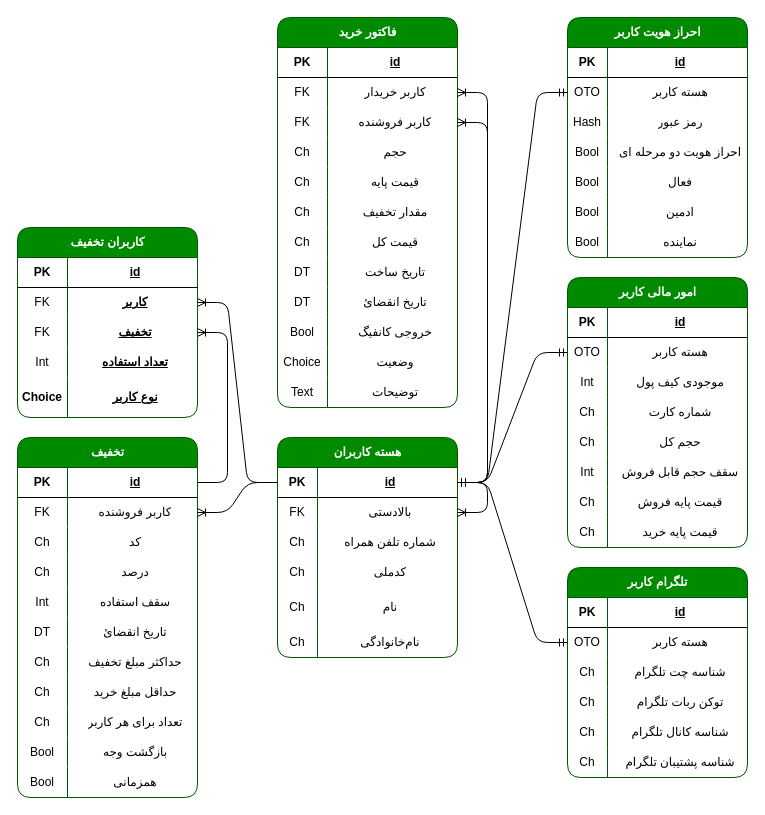
Before: DBMap.drawio in rasraz/representative_panel, a draw.io diagram. Source tidied: cells renumbered, new cells numbered last; positions are measured from the earlier drawing's top-left corner, leaving out a move shared by most shapes. Both pictures are drawn from the tidied source at 100%, with x=0, y=0 at pixel (17, 17).
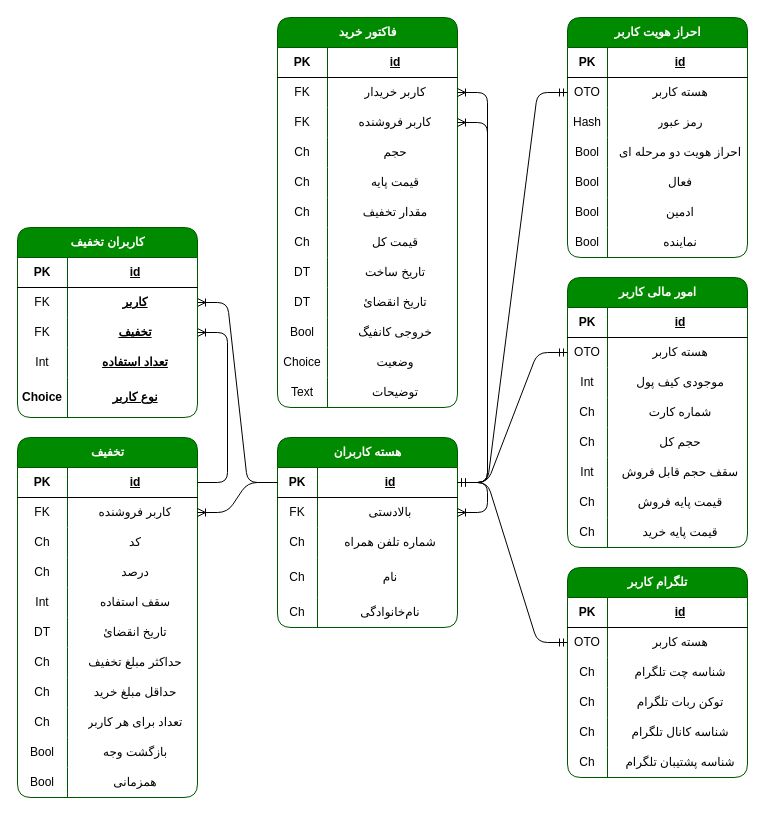
After the change.

Change to the diagram source:
```diff
@@
     <mxCell id="76" value="هسته کاربران" style="shape=table;startSize=30;childLayout=tableLayout;rowLines=0;fontStyle=1;align=center;html=1;rounded=1;fillColor=#008a00;fontColor=#ffffff;strokeColor=#005700;swimlaneFillColor=default;" parent="1" vertex="1">
-      <mxGeometry x="260" y="420" width="180" height="220" as="geometry" />
+      <mxGeometry x="260" y="420" width="180" height="190" as="geometry" />
     </mxCell>
@@
-    <mxCell id="86" style="shape=tableRow;horizontal=0;startSize=0;swimlaneHead=0;swimlaneBody=0;fillColor=none;top=0;left=0;right=0;bottom=0;swimlaneFillColor=default;" parent="76" vertex="1">
-      <mxGeometry y="120" width="180" height="30" as="geometry" />
-    </mxCell>
-    <mxCell id="87" value="Ch" style="shape=partialRectangle;fillColor=none;top=0;left=0;bottom=0;right=0;overflow=hidden;whiteSpace=wrap;html=1;swimlaneFillColor=default;" parent="86" vertex="1">
-      <mxGeometry width="40" height="30" as="geometry" />
-    </mxCell>
-    <mxCell id="88" value="کدملی" style="shape=partialRectangle;fillColor=none;top=0;left=0;bottom=0;right=0;align=center;spacingLeft=6;overflow=hidden;whiteSpace=wrap;html=1;swimlaneFillColor=default;" parent="86" vertex="1">
-      <mxGeometry x="40" width="140" height="30" as="geometry" />
-    </mxCell>
     <mxCell id="89" style="shape=tableRow;horizontal=0;startSize=0;swimlaneHead=0;swimlaneBody=0;fillColor=none;top=0;left=0;right=0;bottom=0;swimlaneFillColor=default;" parent="76" vertex="1">
-      <mxGeometry y="150" width="180" height="40" as="geometry" />
+      <mxGeometry y="120" width="180" height="40" as="geometry" />
     </mxCell>
@@
     <mxCell id="92" style="shape=tableRow;horizontal=0;startSize=0;swimlaneHead=0;swimlaneBody=0;fillColor=none;top=0;left=0;right=0;bottom=0;swimlaneFillColor=default;" parent="76" vertex="1">
-      <mxGeometry y="190" width="180" height="30" as="geometry" />
+      <mxGeometry y="160" width="180" height="30" as="geometry" />
     </mxCell>
```
